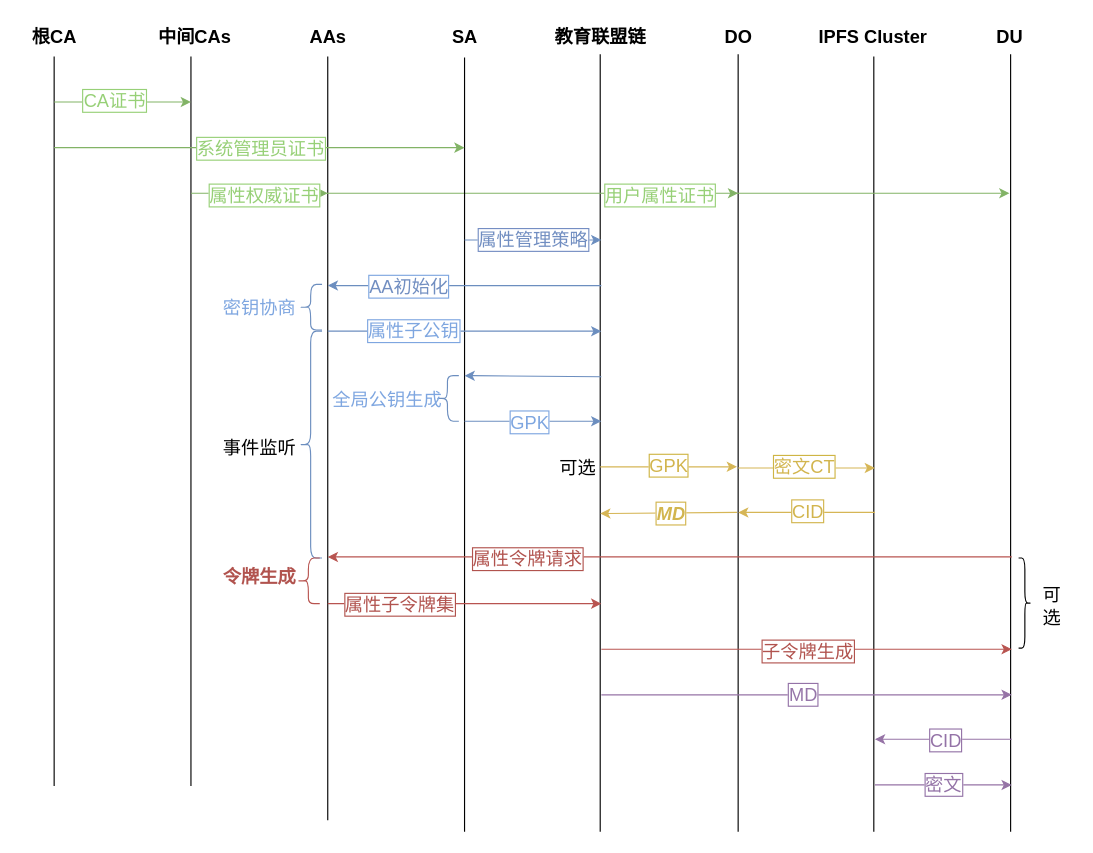
Above: 教育流程图.drawio in Mr-doublehappines/httpServer (draw.io), before the change. Source tidied: cells renumbered, new cells numbered last; positions are measured from the earlier drawing's top-left corner, leaving out a move shared by most shapes. Both pictures are drawn from the tidied source at 114%, with x=0, y=0 at pixel (19, 19).
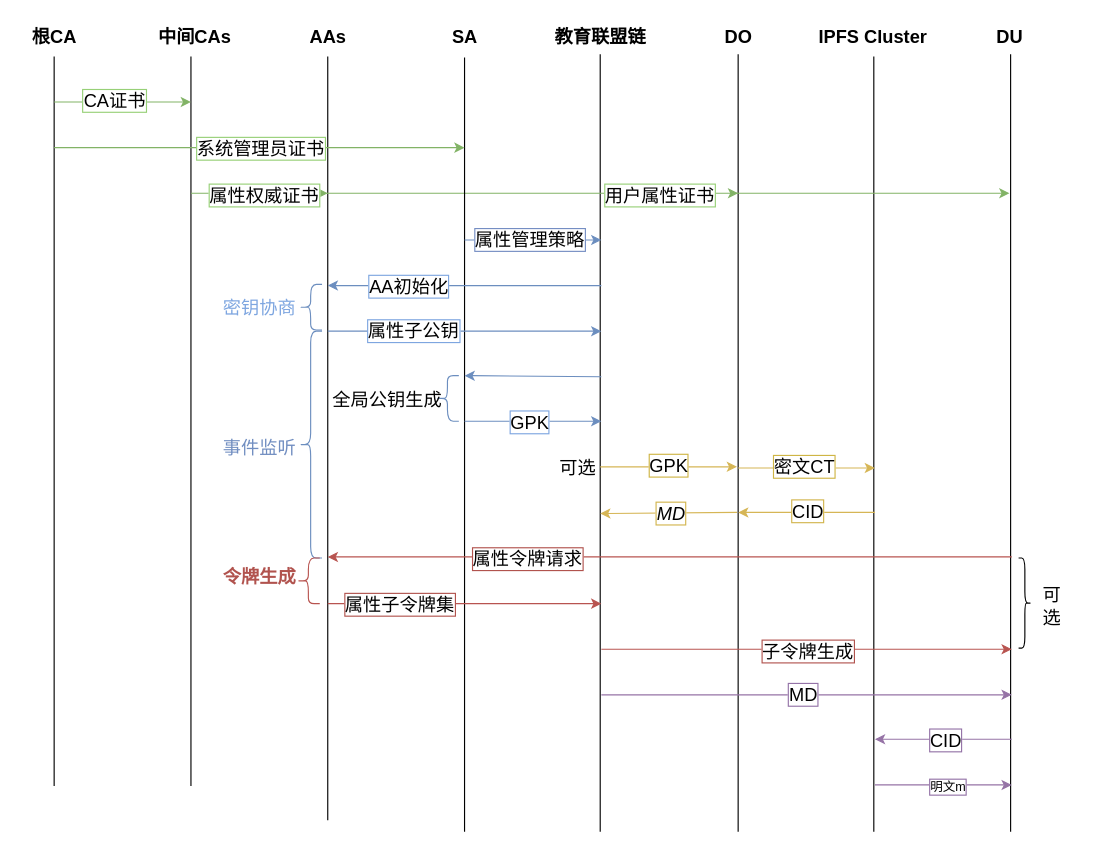
The same diagram, later.

Commit message (it also covers changes not shown here):
更新教育流程图.drawio

Unchanged cells that the change refers to:
```xml
<mxCell id="16" style="endArrow=classic;html=1;rounded=0;labelBorderColor=default;fontSize=16;fontFamily=宋体;fontColor=#97D077;fillColor=#d5e8d4;strokeColor=#82b366;" parent="1" edge="1">
  <mxGeometry relative="1" as="geometry">
    <mxPoint x="30" y="72" as="sourcePoint" />
    <mxPoint x="150" y="72" as="targetPoint" />
  </mxGeometry>
</mxCell>
<mxCell id="25" style="endArrow=classic;html=1;rounded=0;labelBorderColor=default;fontSize=16;fontFamily=宋体;fontColor=#97D077;fillColor=#d5e8d4;strokeColor=#82b366;" parent="1" edge="1">
  <mxGeometry relative="1" as="geometry">
    <mxPoint x="30" y="112" as="sourcePoint" />
    <mxPoint x="390" y="112" as="targetPoint" />
  </mxGeometry>
</mxCell>
```

Change to the diagram source:
```diff
@@
-    <mxCell id="17" value="CA证书" style="edgeLabel;html=1;align=center;verticalAlign=middle;labelBorderColor=#97D077;fontSize=16;fontFamily=宋体;fontColor=#97D077;" parent="16" vertex="1">
+    <mxCell id="17" value="CA证书" style="edgeLabel;html=1;align=center;verticalAlign=middle;labelBorderColor=#97D077;fontSize=16;fontFamily=宋体;fontColor=#000000;" parent="16" vertex="1">
       <mxGeometry x="-0.14" y="2" relative="1" as="geometry" />
     </mxCell>
-    <mxCell id="18" style="endArrow=classic;html=1;rounded=0;labelBorderColor=default;fontSize=16;fontFamily=宋体;fontColor=#97D077;fillColor=#d5e8d4;strokeColor=#82b366;" parent="1" edge="1">
+    <mxCell id="18" style="endArrow=classic;html=1;rounded=0;labelBorderColor=default;fontSize=16;fontFamily=宋体;fontColor=#000000;fillColor=#d5e8d4;strokeColor=#82b366;" parent="1" edge="1">
       <mxGeometry relative="1" as="geometry">
         <mxPoint x="150" y="152" as="sourcePoint" />
         <mxPoint x="270" y="152" as="targetPoint" />
       </mxGeometry>
     </mxCell>
-    <mxCell id="19" value="属性权威证书" style="edgeLabel;html=1;align=center;verticalAlign=middle;labelBorderColor=#97D077;fontSize=16;fontFamily=宋体;fontColor=#97D077;" parent="18" vertex="1">
+    <mxCell id="19" value="属性权威证书" style="edgeLabel;html=1;align=center;verticalAlign=middle;labelBorderColor=#97D077;fontSize=16;fontFamily=宋体;fontColor=#000000;" parent="18" vertex="1">
       <mxGeometry x="0.05" y="-1" relative="1" as="geometry" />
     </mxCell>
-    <mxCell id="20" style="endArrow=classic;html=1;rounded=0;labelBorderColor=default;fontSize=16;fontFamily=宋体;fontColor=#97D077;fillColor=#d5e8d4;strokeColor=#82b366;" parent="1" edge="1">
+    <mxCell id="20" style="endArrow=classic;html=1;rounded=0;labelBorderColor=default;fontSize=16;fontFamily=宋体;fontColor=#000000;fillColor=#d5e8d4;strokeColor=#82b366;" parent="1" edge="1">
       <mxGeometry relative="1" as="geometry">
         <mxPoint x="269" y="152" as="sourcePoint" />
         <mxPoint x="630" y="152" as="targetPoint" />
       </mxGeometry>
     </mxCell>
-    <mxCell id="21" value="用户属性证书" style="edgeLabel;html=1;align=center;verticalAlign=middle;labelBorderColor=#97D077;fontSize=16;fontFamily=宋体;fontColor=#97D077;" parent="20" vertex="1">
+    <mxCell id="21" value="用户属性证书" style="edgeLabel;html=1;align=center;verticalAlign=middle;labelBorderColor=#97D077;fontSize=16;fontFamily=宋体;fontColor=#000000;" parent="20" vertex="1">
       <mxGeometry x="0.61" y="-1" relative="1" as="geometry" />
     </mxCell>
@@
-    <mxCell id="26" value="系统管理员证书" style="edgeLabel;html=1;align=center;verticalAlign=middle;labelBorderColor=#97D077;fontSize=16;fontFamily=宋体;fontColor=#97D077;" parent="25" vertex="1">
+    <mxCell id="26" value="系统管理员证书" style="edgeLabel;html=1;align=center;verticalAlign=middle;labelBorderColor=#97D077;fontSize=16;fontFamily=宋体;fontColor=#000000;" parent="25" vertex="1">
       <mxGeometry relative="1" as="geometry" />
     </mxCell>
-    <mxCell id="27" style="endArrow=classic;html=1;rounded=0;labelBorderColor=default;fontSize=16;fontFamily=宋体;fillColor=#dae8fc;strokeColor=#6c8ebf;" parent="1" edge="1">
+    <mxCell id="27" style="endArrow=classic;html=1;rounded=0;labelBorderColor=default;fontSize=16;fontFamily=宋体;fillColor=#dae8fc;strokeColor=#6c8ebf;fontColor=default;" parent="1" edge="1">
       <mxGeometry relative="1" as="geometry">
         <mxPoint x="390" y="193" as="sourcePoint" />
         <mxPoint x="510" y="193" as="targetPoint" />
       </mxGeometry>
     </mxCell>
-    <mxCell id="28" value="属性管理策略" style="edgeLabel;html=1;align=center;verticalAlign=middle;labelBorderColor=#758ec3;fontSize=16;fontFamily=宋体;fontColor=#718ec1;" parent="27" vertex="1">
-      <mxGeometry x="-0.02" y="1" relative="1" as="geometry" />
+    <mxCell id="28" value="属性管理策略" style="edgeLabel;html=1;align=center;verticalAlign=middle;labelBorderColor=#758ec3;fontSize=16;fontFamily=宋体;fontColor=default;" parent="27" vertex="1">
+      <mxGeometry x="-0.02" y="1" relative="1" as="geometry">
+        <mxPoint x="-3" as="offset" />
+      </mxGeometry>
     </mxCell>
-    <mxCell id="29" style="endArrow=classic;html=1;rounded=0;labelBorderColor=default;fontSize=16;fontFamily=宋体;fillColor=#dae8fc;strokeColor=#6c8ebf;" parent="1" edge="1">
+    <mxCell id="29" style="endArrow=classic;html=1;rounded=0;labelBorderColor=default;fontSize=16;fontFamily=宋体;fillColor=#dae8fc;strokeColor=#6c8ebf;fontColor=default;" parent="1" edge="1">
       <mxGeometry relative="1" as="geometry">
         <mxPoint x="510" y="233" as="sourcePoint" />
         <mxPoint x="270" y="233" as="targetPoint" />
       </mxGeometry>
     </mxCell>
-    <mxCell id="30" value="AA初始化" style="edgeLabel;html=1;align=center;verticalAlign=middle;labelBorderColor=#7EA6E0;fontSize=16;fontFamily=宋体;fontColor=#718ec1;" parent="29" vertex="1">
+    <mxCell id="30" value="AA初始化" style="edgeLabel;html=1;align=center;verticalAlign=middle;labelBorderColor=#7EA6E0;fontSize=16;fontFamily=宋体;fontColor=default;" parent="29" vertex="1">
       <mxGeometry x="0.42" y="-4" relative="1" as="geometry">
         <mxPoint y="4" as="offset" />
       </mxGeometry>
     </mxCell>
-    <mxCell id="31" style="endArrow=classic;html=1;rounded=0;labelBorderColor=#7EA6E0;fontSize=16;fontFamily=宋体;fontColor=#7EA6E0;fillColor=#dae8fc;strokeColor=#6c8ebf;" parent="1" edge="1">
+    <mxCell id="31" style="endArrow=classic;html=1;rounded=0;labelBorderColor=#7EA6E0;fontSize=16;fontFamily=宋体;fontColor=default;fillColor=#dae8fc;strokeColor=#6c8ebf;" parent="1" edge="1">
       <mxGeometry relative="1" as="geometry">
         <mxPoint x="270" y="273" as="sourcePoint" />
         <mxPoint x="510" y="273" as="targetPoint" />
       </mxGeometry>
     </mxCell>
-    <mxCell id="32" value="属性子公钥" style="edgeLabel;html=1;align=center;verticalAlign=middle;labelBorderColor=#7EA6E0;fontSize=16;fontFamily=宋体;fontColor=#7EA6E0;" parent="31" vertex="1">
+    <mxCell id="32" value="属性子公钥" style="edgeLabel;html=1;align=center;verticalAlign=middle;labelBorderColor=#7EA6E0;fontSize=16;fontFamily=宋体;fontColor=default;" parent="31" vertex="1">
       <mxGeometry x="0.22" y="-2" relative="1" as="geometry">
         <mxPoint x="-72" y="-3" as="offset" />
       </mxGeometry>
     </mxCell>
-    <mxCell id="33" style="endArrow=classic;html=1;rounded=0;labelBorderColor=default;fontSize=16;fontFamily=宋体;fillColor=#fff2cc;strokeColor=#d6b656;" parent="1" edge="1">
+    <mxCell id="33" style="endArrow=classic;html=1;rounded=0;labelBorderColor=default;fontSize=16;fontFamily=宋体;fillColor=#fff2cc;strokeColor=#d6b656;fontColor=default;" parent="1" edge="1">
       <mxGeometry relative="1" as="geometry">
         <mxPoint x="509" y="392" as="sourcePoint" />
         <mxPoint x="629" y="392" as="targetPoint" />
       </mxGeometry>
     </mxCell>
-    <mxCell id="34" value="GPK" style="edgeLabel;html=1;align=center;verticalAlign=middle;labelBorderColor=#cfb545;fontSize=16;fontFamily=宋体;fontColor=#d2b54e;" parent="33" vertex="1">
+    <mxCell id="34" value="GPK" style="edgeLabel;html=1;align=center;verticalAlign=middle;labelBorderColor=#cfb545;fontSize=16;fontFamily=宋体;fontColor=default;" parent="33" vertex="1">
       <mxGeometry x="-0.02" y="4" relative="1" as="geometry">
         <mxPoint y="2" as="offset" />
       </mxGeometry>
     </mxCell>
-    <mxCell id="35" style="endArrow=classic;html=1;rounded=0;labelBorderColor=#7EA6E0;fontSize=16;fontFamily=宋体;fontColor=#7EA6E0;fillColor=#dae8fc;strokeColor=#6c8ebf;" parent="1" edge="1">
+    <mxCell id="35" style="endArrow=classic;html=1;rounded=0;labelBorderColor=#7EA6E0;fontSize=16;fontFamily=宋体;fontColor=default;fillColor=#dae8fc;strokeColor=#6c8ebf;" parent="1" edge="1">
       <mxGeometry relative="1" as="geometry">
         <mxPoint x="510" y="313" as="sourcePoint" />
         <mxPoint x="390" y="312" as="targetPoint" />
       </mxGeometry>
     </mxCell>
-    <mxCell id="36" style="endArrow=classic;html=1;rounded=0;labelBorderColor=#cfb545;fontSize=16;fontFamily=宋体;fillColor=#fff2cc;strokeColor=#d6b656;" parent="1" edge="1">
+    <mxCell id="36" style="endArrow=classic;html=1;rounded=0;labelBorderColor=#cfb545;fontSize=16;fontFamily=宋体;fillColor=#fff2cc;strokeColor=#d6b656;fontColor=default;" parent="1" edge="1">
       <mxGeometry relative="1" as="geometry">
         <mxPoint x="630" y="393" as="sourcePoint" />
         <mxPoint x="750" y="393" as="targetPoint" />
       </mxGeometry>
     </mxCell>
-    <mxCell id="37" value="密文CT" style="edgeLabel;html=1;align=center;verticalAlign=middle;labelBorderColor=#cfb545;fontSize=16;fontFamily=宋体;fontColor=#d2b54e;" parent="36" vertex="1">
+    <mxCell id="37" value="密文CT" style="edgeLabel;html=1;align=center;verticalAlign=middle;labelBorderColor=#cfb545;fontSize=16;fontFamily=宋体;fontColor=default;" parent="36" vertex="1">
       <mxGeometry x="-0.05" y="2" relative="1" as="geometry" />
     </mxCell>
-    <mxCell id="38" style="endArrow=classic;html=1;rounded=0;labelBorderColor=default;fontSize=16;fontFamily=宋体;fillColor=#f8cecc;strokeColor=#b85450;" parent="1" edge="1">
+    <mxCell id="38" style="endArrow=classic;html=1;rounded=0;labelBorderColor=default;fontSize=16;fontFamily=宋体;fillColor=#f8cecc;strokeColor=#b85450;fontColor=default;" parent="1" edge="1">
       <mxGeometry relative="1" as="geometry">
         <mxPoint x="870" y="471" as="sourcePoint" />
         <mxPoint x="270" y="471" as="targetPoint" />
       </mxGeometry>
     </mxCell>
-    <mxCell id="39" value="属性令牌请求" style="edgeLabel;html=1;align=center;verticalAlign=middle;labelBorderColor=#b1534e;fontSize=16;fontFamily=宋体;fontColor=#B1534E;" parent="38" vertex="1">
+    <mxCell id="39" value="属性令牌请求" style="edgeLabel;html=1;align=center;verticalAlign=middle;labelBorderColor=#b1534e;fontSize=16;fontFamily=宋体;fontColor=default;" parent="38" vertex="1">
       <mxGeometry x="0.42" y="1" relative="1" as="geometry" />
     </mxCell>
-    <mxCell id="40" style="endArrow=classic;html=1;rounded=0;labelBorderColor=default;fontSize=16;fontFamily=宋体;fillColor=#f8cecc;strokeColor=#b85450;" parent="1" edge="1">
+    <mxCell id="40" style="endArrow=classic;html=1;rounded=0;labelBorderColor=default;fontSize=16;fontFamily=宋体;fillColor=#f8cecc;strokeColor=#b85450;fontColor=default;" parent="1" edge="1">
       <mxGeometry relative="1" as="geometry">
         <mxPoint x="270" y="512" as="sourcePoint" />
         <mxPoint x="510" y="512" as="targetPoint" />
       </mxGeometry>
     </mxCell>
-    <mxCell id="41" value="属性子令牌集" style="edgeLabel;html=1;align=center;verticalAlign=middle;labelBorderColor=#b1534e;fontSize=16;fontFamily=宋体;fontColor=#B1534E;" parent="40" vertex="1">
+    <mxCell id="41" value="属性子令牌集" style="edgeLabel;html=1;align=center;verticalAlign=middle;labelBorderColor=#b1534e;fontSize=16;fontFamily=宋体;fontColor=default;" parent="40" vertex="1">
       <mxGeometry x="-0.42" relative="1" as="geometry">
         <mxPoint x="-8" as="offset" />
       </mxGeometry>
     </mxCell>
-    <mxCell id="42" style="endArrow=classic;html=1;rounded=0;labelBorderColor=default;fontSize=16;fontFamily=宋体;fillColor=#f8cecc;strokeColor=#b85450;" parent="1" edge="1">
+    <mxCell id="42" style="endArrow=classic;html=1;rounded=0;labelBorderColor=default;fontSize=16;fontFamily=宋体;fillColor=#f8cecc;strokeColor=#b85450;fontColor=default;" parent="1" edge="1">
       <mxGeometry relative="1" as="geometry">
         <mxPoint x="510" y="552" as="sourcePoint" />
         <mxPoint x="870" y="552" as="targetPoint" />
       </mxGeometry>
     </mxCell>
-    <mxCell id="43" value="子令牌生成" style="edgeLabel;html=1;align=center;verticalAlign=middle;labelBorderColor=#b1534e;fontSize=16;fontFamily=宋体;fontColor=#B1534E;" parent="42" vertex="1">
+    <mxCell id="43" value="子令牌生成" style="edgeLabel;html=1;align=center;verticalAlign=middle;labelBorderColor=#b1534e;fontSize=16;fontFamily=宋体;fontColor=default;" parent="42" vertex="1">
       <mxGeometry y="-2" relative="1" as="geometry">
         <mxPoint y="-1" as="offset" />
       </mxGeometry>
     </mxCell>
-    <mxCell id="44" style="endArrow=classic;html=1;rounded=0;labelBorderColor=default;fontSize=16;fontFamily=宋体;fillColor=#e1d5e7;strokeColor=#9673a6;" parent="1" edge="1">
+    <mxCell id="44" style="endArrow=classic;html=1;rounded=0;labelBorderColor=default;fontSize=16;fontFamily=宋体;fillColor=#e1d5e7;strokeColor=#9673a6;fontColor=default;" parent="1" edge="1">
       <mxGeometry relative="1" as="geometry">
         <mxPoint x="870" y="631" as="sourcePoint" />
         <mxPoint x="750" y="631" as="targetPoint" />
       </mxGeometry>
     </mxCell>
-    <mxCell id="45" value="CID" style="edgeLabel;html=1;align=center;verticalAlign=middle;labelBorderColor=#9473a7;fontSize=16;fontFamily=宋体;fontColor=#9473a7;" parent="44" vertex="1">
+    <mxCell id="45" value="CID" style="edgeLabel;html=1;align=center;verticalAlign=middle;labelBorderColor=#9473a7;fontSize=16;fontFamily=宋体;fontColor=default;" parent="44" vertex="1">
       <mxGeometry x="-0.01" relative="1" as="geometry" />
     </mxCell>
-    <mxCell id="46" style="endArrow=classic;html=1;rounded=0;labelBorderColor=default;fontSize=16;fontFamily=宋体;fillColor=#e1d5e7;strokeColor=#9673a6;" parent="1" edge="1">
+    <mxCell id="46" style="endArrow=classic;html=1;rounded=0;labelBorderColor=default;fontSize=16;fontFamily=宋体;fillColor=#e1d5e7;strokeColor=#9673a6;fontColor=default;" parent="1" edge="1">
       <mxGeometry relative="1" as="geometry">
         <mxPoint x="750" y="671" as="sourcePoint" />
         <mxPoint x="870" y="671" as="targetPoint" />
       </mxGeometry>
     </mxCell>
-    <mxCell id="47" value="密文" style="edgeLabel;html=1;align=center;verticalAlign=middle;labelBorderColor=#9473a7;fontSize=16;fontFamily=宋体;fontColor=#9473a7;" parent="46" vertex="1">
-      <mxGeometry x="-0.01" y="1" relative="1" as="geometry" />
-    </mxCell>
+    <mxCell id="67" value="明文m" style="edgeLabel;html=1;align=center;verticalAlign=middle;fontColor=default;labelBorderColor=#9473a7;" parent="46" vertex="1">
+      <mxGeometry x="0.05" y="-1" relative="1" as="geometry" />
+    </mxCell>
-    <mxCell id="48" style="endArrow=classic;html=1;rounded=0;labelBorderColor=default;fontSize=16;fontFamily=宋体;fillColor=#fff2cc;strokeColor=#d6b656;" parent="1" edge="1">
+    <mxCell id="48" style="endArrow=classic;html=1;rounded=0;labelBorderColor=default;fontSize=16;fontFamily=宋体;fillColor=#fff2cc;strokeColor=#d6b656;fontColor=default;" parent="1" edge="1">
       <mxGeometry relative="1" as="geometry">
         <mxPoint x="629" y="432" as="sourcePoint" />
         <mxPoint x="509" y="433" as="targetPoint" />
       </mxGeometry>
     </mxCell>
-    <mxCell id="49" value="MD" style="edgeLabel;html=1;align=center;verticalAlign=middle;labelBorderColor=#d2b54e;fontSize=16;fontFamily=宋体;fontColor=#d2b54e;fontStyle=3;" parent="48" vertex="1">
+    <mxCell id="49" value="MD" style="edgeLabel;html=1;align=center;verticalAlign=middle;labelBorderColor=#d2b54e;fontSize=16;fontFamily=宋体;fontColor=default;fontStyle=2;" parent="48" vertex="1">
       <mxGeometry x="-0.01" relative="1" as="geometry" />
     </mxCell>
-    <mxCell id="50" style="shape=curlyBracket;whiteSpace=wrap;html=1;rounded=1;labelPosition=left;verticalLabelPosition=middle;align=right;verticalAlign=middle;size=0.5;labelBorderColor=#7EA6E0;fontSize=16;fontFamily=宋体;fillColor=#dae8fc;strokeColor=#6c8ebf;" parent="1" vertex="1">
+    <mxCell id="50" style="shape=curlyBracket;whiteSpace=wrap;html=1;rounded=1;labelPosition=left;verticalLabelPosition=middle;align=right;verticalAlign=middle;size=0.5;labelBorderColor=#7EA6E0;fontSize=16;fontFamily=宋体;fillColor=#dae8fc;strokeColor=#6c8ebf;fontColor=default;" parent="1" vertex="1">
       <mxGeometry x="245" y="232" width="20" height="40" as="geometry" />
     </mxCell>
@@
-    <mxCell id="52" style="shape=curlyBracket;whiteSpace=wrap;html=1;rounded=1;flipH=1;labelPosition=right;verticalLabelPosition=middle;align=left;verticalAlign=middle;size=0.5;rotation=-180;labelBorderColor=#7EA6E0;fontSize=16;fontFamily=宋体;fillColor=#dae8fc;strokeColor=#6c8ebf;" parent="1" vertex="1">
+    <mxCell id="52" style="shape=curlyBracket;whiteSpace=wrap;html=1;rounded=1;flipH=1;labelPosition=right;verticalLabelPosition=middle;align=left;verticalAlign=middle;size=0.5;rotation=-180;labelBorderColor=#7EA6E0;fontSize=16;fontFamily=宋体;fillColor=#dae8fc;strokeColor=#6c8ebf;fontColor=default;" parent="1" vertex="1">
       <mxGeometry x="365" y="312" width="20" height="40" as="geometry" />
     </mxCell>
-    <mxCell id="53" style="endArrow=classic;html=1;rounded=0;labelBorderColor=#7EA6E0;fontSize=16;fontFamily=宋体;fontColor=#7EA6E0;fillColor=#dae8fc;strokeColor=#6c8ebf;" parent="1" edge="1">
+    <mxCell id="53" style="endArrow=classic;html=1;rounded=0;labelBorderColor=#7EA6E0;fontSize=16;fontFamily=宋体;fontColor=default;fillColor=#dae8fc;strokeColor=#6c8ebf;" parent="1" edge="1">
       <mxGeometry relative="1" as="geometry">
         <mxPoint x="390" y="352" as="sourcePoint" />
         <mxPoint x="510" y="352" as="targetPoint" />
       </mxGeometry>
     </mxCell>
-    <mxCell id="54" value="GPK" style="edgeLabel;html=1;align=center;verticalAlign=middle;labelBorderColor=#7EA6E0;fontSize=16;fontFamily=宋体;fontColor=#7EA6E0;" parent="53" vertex="1">
+    <mxCell id="54" value="GPK" style="edgeLabel;html=1;align=center;verticalAlign=middle;labelBorderColor=#7EA6E0;fontSize=16;fontFamily=宋体;fontColor=default;" parent="53" vertex="1">
       <mxGeometry x="-0.07" y="-1" relative="1" as="geometry">
         <mxPoint y="-1" as="offset" />
       </mxGeometry>
     </mxCell>
-    <mxCell id="55" value="全局公钥生成" style="text;html=1;align=center;verticalAlign=middle;strokeColor=none;fillColor=none;labelBorderColor=none;fontSize=16;fontFamily=宋体;fontColor=#7EA6E0;" parent="1" vertex="1">
+    <mxCell id="55" value="全局公钥生成" style="text;html=1;align=center;verticalAlign=middle;strokeColor=none;fillColor=none;labelBorderColor=none;fontSize=16;fontFamily=宋体;fontColor=default;" parent="1" vertex="1">
       <mxGeometry x="262" y="318" width="120" height="30" as="geometry" />
     </mxCell>
-    <mxCell id="56" value="可选" style="text;html=1;align=center;verticalAlign=middle;strokeColor=none;fillColor=none;labelBorderColor=none;fontSize=16;fontFamily=宋体;" parent="1" vertex="1">
+    <mxCell id="56" value="可选" style="text;html=1;align=center;verticalAlign=middle;strokeColor=none;fillColor=none;labelBorderColor=none;fontSize=16;fontFamily=宋体;fontColor=default;" parent="1" vertex="1">
       <mxGeometry x="459" y="378" width="60" height="30" as="geometry" />
     </mxCell>
-    <mxCell id="57" style="endArrow=classic;html=1;rounded=0;labelBorderColor=#d2b54e;fontSize=16;fontFamily=宋体;fillColor=#fff2cc;strokeColor=#d6b656;fontColor=#d2b54e;" parent="1" edge="1">
+    <mxCell id="57" style="endArrow=classic;html=1;rounded=0;labelBorderColor=#d2b54e;fontSize=16;fontFamily=宋体;fillColor=#fff2cc;strokeColor=#d6b656;fontColor=default;" parent="1" edge="1">
       <mxGeometry relative="1" as="geometry">
         <mxPoint x="750" y="432" as="sourcePoint" />
         <mxPoint x="630" y="432" as="targetPoint" />
       </mxGeometry>
     </mxCell>
-    <mxCell id="58" value="CID" style="edgeLabel;html=1;align=center;verticalAlign=middle;labelBorderColor=#d2b54e;fontSize=16;fontFamily=宋体;fontColor=#d2b54e;" parent="57" vertex="1">
+    <mxCell id="58" value="CID" style="edgeLabel;html=1;align=center;verticalAlign=middle;labelBorderColor=#d2b54e;fontSize=16;fontFamily=宋体;fontColor=default;" parent="57" vertex="1">
       <mxGeometry y="-2" relative="1" as="geometry" />
     </mxCell>
-    <mxCell id="59" style="shape=curlyBracket;whiteSpace=wrap;html=1;rounded=1;labelPosition=left;verticalLabelPosition=middle;align=right;verticalAlign=middle;labelBorderColor=default;fontSize=16;fontFamily=宋体;fillColor=#dae8fc;strokeColor=#6c8ebf;" parent="1" vertex="1">
+    <mxCell id="59" style="shape=curlyBracket;whiteSpace=wrap;html=1;rounded=1;labelPosition=left;verticalLabelPosition=middle;align=right;verticalAlign=middle;labelBorderColor=default;fontSize=16;fontFamily=宋体;fillColor=#dae8fc;strokeColor=#6c8ebf;fontColor=default;" parent="1" vertex="1">
       <mxGeometry x="245" y="273" width="20" height="199" as="geometry" />
     </mxCell>
-    <mxCell id="60" value="事件监听" style="text;html=1;align=center;verticalAlign=middle;strokeColor=none;fillColor=none;labelBorderColor=none;fontSize=16;fontFamily=宋体;" parent="1" vertex="1">
+    <mxCell id="60" value="事件监听" style="text;html=1;align=center;verticalAlign=middle;strokeColor=none;fillColor=none;labelBorderColor=none;fontSize=16;fontFamily=宋体;fontColor=#718ec1;" parent="1" vertex="1">
       <mxGeometry x="165" y="360" width="90" height="30" as="geometry" />
     </mxCell>
-    <mxCell id="61" style="shape=curlyBracket;whiteSpace=wrap;html=1;rounded=1;labelPosition=left;verticalLabelPosition=middle;align=right;verticalAlign=middle;labelBorderColor=#b1534e;fontSize=16;fontFamily=宋体;fillColor=#f8cecc;strokeColor=#b85450;" parent="1" vertex="1">
+    <mxCell id="61" style="shape=curlyBracket;whiteSpace=wrap;html=1;rounded=1;labelPosition=left;verticalLabelPosition=middle;align=right;verticalAlign=middle;labelBorderColor=#b1534e;fontSize=16;fontFamily=宋体;fillColor=#f8cecc;strokeColor=#b85450;fontColor=default;" parent="1" vertex="1">
       <mxGeometry x="243" y="472" width="20" height="40" as="geometry" />
     </mxCell>
@@
-    <mxCell id="65" style="endArrow=classic;html=1;rounded=0;labelBorderColor=default;fontSize=16;fontFamily=宋体;fillColor=#e1d5e7;strokeColor=#9673a6;" parent="1" edge="1">
+    <mxCell id="65" style="endArrow=classic;html=1;rounded=0;labelBorderColor=default;fontSize=16;fontFamily=宋体;fillColor=#e1d5e7;strokeColor=#9673a6;fontColor=default;" parent="1" edge="1">
       <mxGeometry relative="1" as="geometry">
         <mxPoint x="510" y="592" as="sourcePoint" />
         <mxPoint x="870" y="592" as="targetPoint" />
       </mxGeometry>
     </mxCell>
-    <mxCell id="66" value="MD" style="edgeLabel;html=1;align=center;verticalAlign=middle;labelBorderColor=#9473a7;fontSize=16;fontFamily=宋体;fontColor=#9676a9;" parent="65" vertex="1">
+    <mxCell id="66" value="MD" style="edgeLabel;html=1;align=center;verticalAlign=middle;labelBorderColor=#9473a7;fontSize=16;fontFamily=宋体;fontColor=default;" parent="65" vertex="1">
       <mxGeometry x="-0.02" y="1" relative="1" as="geometry" />
     </mxCell>
```
